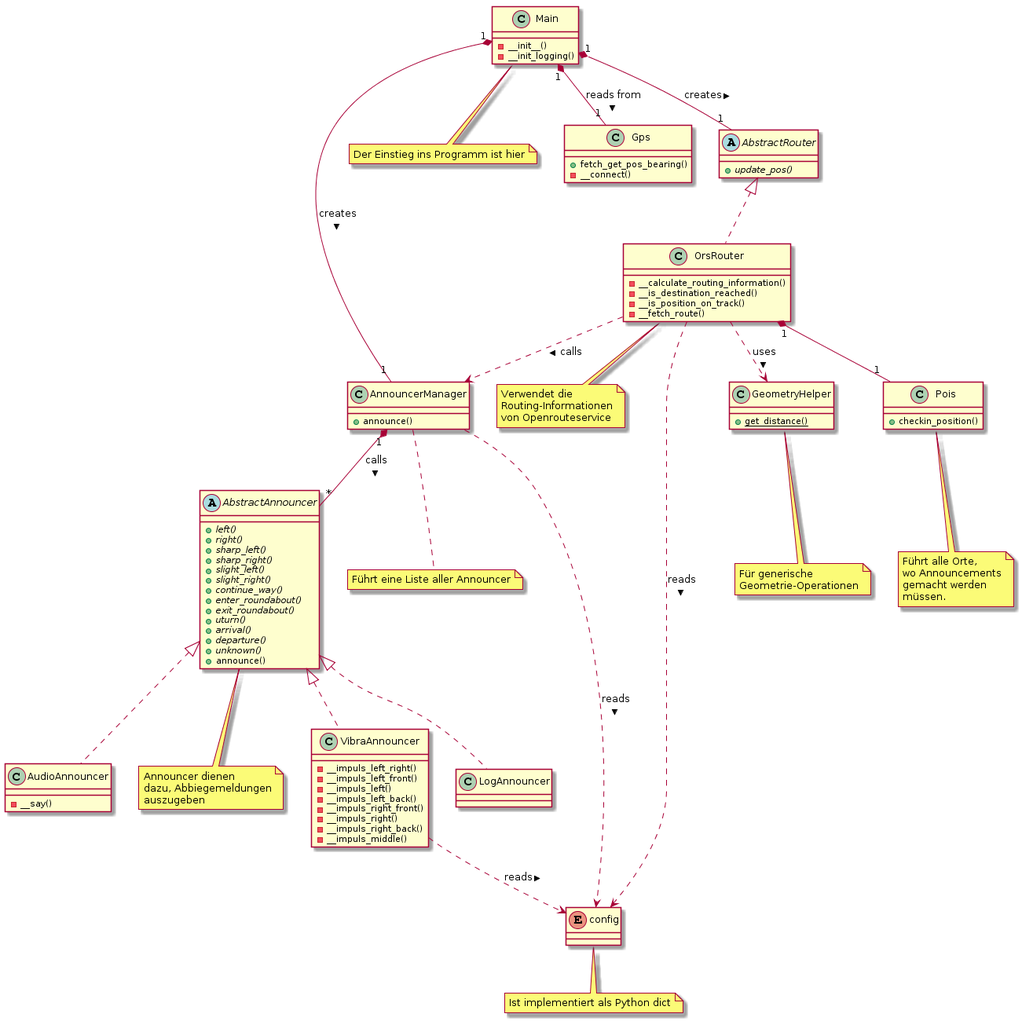
Above: doc/klassendiagramm.png in fhgr2/wearables-and-navigation (PlantUML), before the change. The source it was exported from:
```plantuml
@startuml
abstract class AbstractAnnouncer {
{abstract} +left()
{abstract} +right()
{abstract} +sharp_left()
{abstract} +sharp_right()
{abstract} +slight_left()
{abstract} +slight_right()
{abstract} +continue_way()
{abstract} +enter_roundabout()
{abstract} +exit_roundabout()
{abstract} +uturn()
{abstract} +arrival()
{abstract} +departure()
{abstract} +unknown()
+announce()
}

class AudioAnnouncer {
- __say()
}

class AnnouncerManager {
+announce()
}

note "Ist implementiert als Python dict" as note_config
note "Der Einstieg ins Programm ist hier" as note_main
note "Führt alle Orte,\nwo Announcements\ngemacht werden\nmüssen." as note_pois
note "Verwendet die\nRouting-Informationen\nvon Openrouteservice" as note_orsrouter
note "Führt eine Liste aller Announcer" as note_announcermanager
note "Für generische\nGeometrie-Operationen" as note_geometryhelper
note "Announcer dienen\ndazu, Abbiegemeldungen\nauszugeben" as note_abstractannouncer

enum config

class GeometryHelper{
{static} +get_distance()
}

class Gps {
+fetch_get_pos_bearing()
-__connect()
}

abstract class AbstractRouter {
{abstract} +update_pos()
}

class OrsRouter {
-__calculate_routing_information()
-__is_destination_reached()
-__is_position_on_track()
-__fetch_route()
}

class Main {
-__init__()
-__init_logging()
}

class Pois {
+checkin_position()
}

class VibraAnnouncer {
-__impuls_left_right()
-__impuls_left_front()
-__impuls_left()
-__impuls_left_back()
-__impuls_right_front()
-__impuls_right()
-__impuls_right_back()
-__impuls_middle()
}

AbstractAnnouncer <|.. AudioAnnouncer
AbstractAnnouncer <|.. LogAnnouncer
AbstractAnnouncer <|.. VibraAnnouncer

OrsRouter ..> config: reads >
VibraAnnouncer ..> config: reads >
AnnouncerManager ..> config: reads >

AnnouncerManager "1" *-- "*" AbstractAnnouncer: calls >

AbstractRouter <|.. OrsRouter

Main "1" *-- "1" Gps: reads from >
Main "1" *-- "1" AnnouncerManager: creates >
Main "1" *-- "1" AbstractRouter: creates >

OrsRouter ..> GeometryHelper: uses >
OrsRouter ..> AnnouncerManager: calls >
OrsRouter "1" *-- "1" Pois

config .. note_config
Main .. note_main
Pois .. note_pois
OrsRouter .. note_orsrouter
AnnouncerManager .. note_announcermanager
GeometryHelper .. note_geometryhelper
AbstractAnnouncer .. note_abstractannouncer
@enduml
```
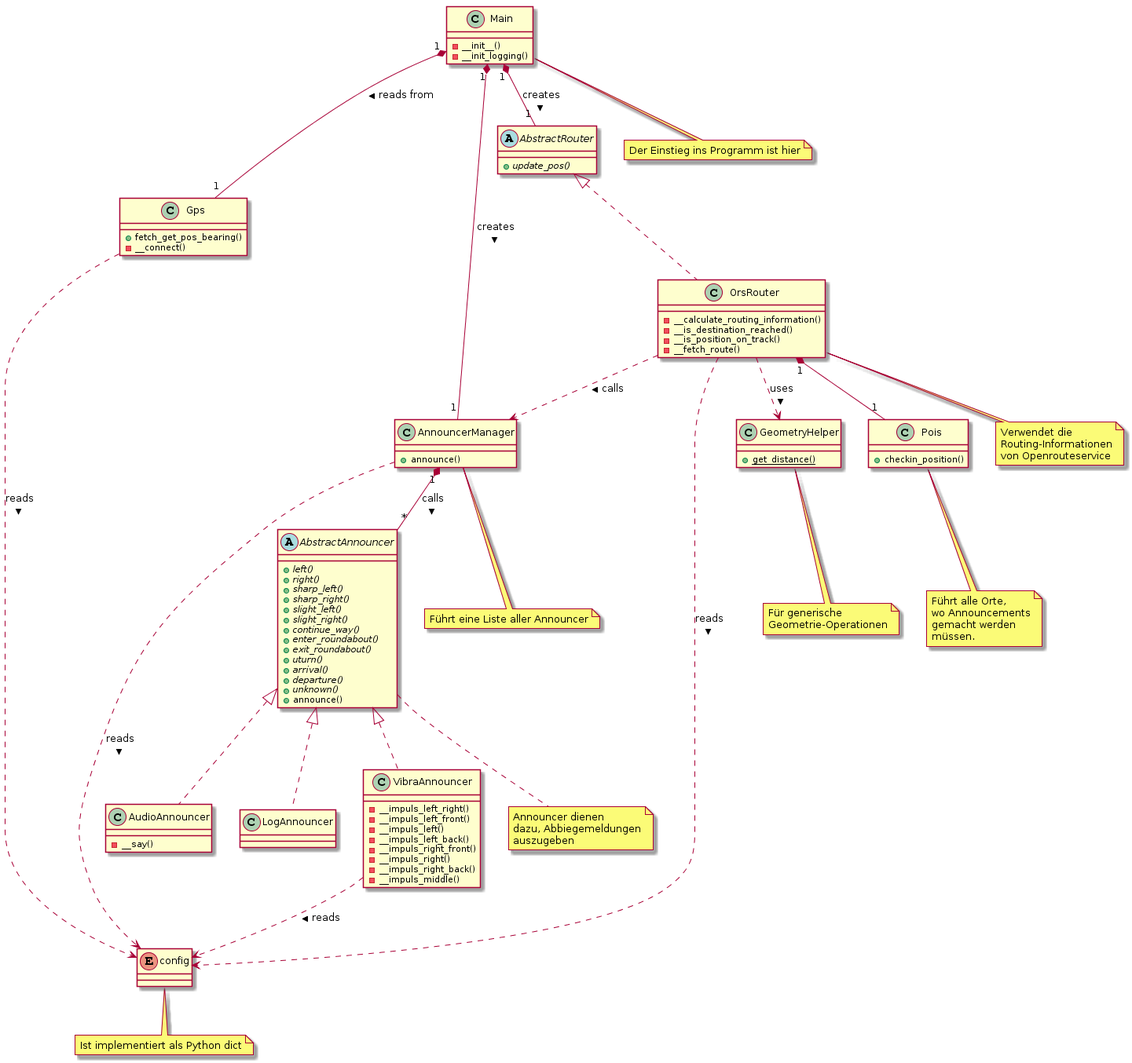
Later version of the same file.

Commit message:
Class Gps reads config

Change to the diagram source:
```diff
@@ -81,6 +81,7 @@
 OrsRouter ..> config: reads >
 VibraAnnouncer ..> config: reads >
 AnnouncerManager ..> config: reads >
+Gps ..> config: reads >
 
 AnnouncerManager "1" *-- "*" AbstractAnnouncer: calls >
 
```
